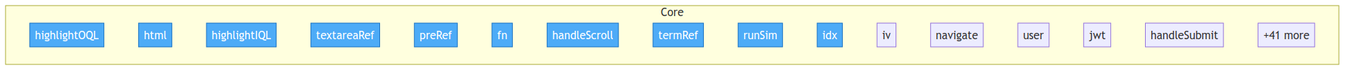
Above: project/flow.png in oqlos/www (Mermaid), before the change. Its source is kept beside it as project/flow.mmd.
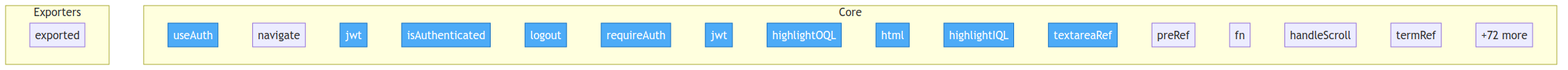
Later version of the same file.

Change to the diagram source:
```diff
@@ -3,6 +3,13 @@
     classDef entry fill:#4dabf7,stroke:#1971c2,color:#fff
 
     subgraph Core
+        src__hooks__useAuth__useAuth["useAuth"]
+        src__hooks__useAuth__navigate["navigate"]
+        src__hooks__useAuth__jwt["jwt"]
+        src__hooks__useAuth__isAuthenticated["isAuthenticated"]
+        src__hooks__useAuth__logout["logout"]
+        src__hooks__useAuth__requireAuth["requireAuth"]
+        src__components__ProtectedRoute__jwt["jwt"]
         src__components__CodeEditor__highlightOQL["highlightOQL"]
         src__components__CodeEditor__html["html"]
         src__components__CodeEditor__highlightIQL["highlightIQL"]
@@ -11,14 +18,11 @@
         src__components__CodeEditor__fn["fn"]
         src__components__CodeEditor__handleScroll["handleScroll"]
         src__components__TerminalSim__termRef["termRef"]
-        src__components__TerminalSim__runSim["runSim"]
-        src__components__TerminalSim__idx["idx"]
-        src__components__TerminalSim__iv["iv"]
-        src__pages__NlpConsole__navigate["navigate"]
-        src__pages__NlpConsole__user["user"]
-        src__pages__NlpConsole__jwt["jwt"]
-        src__pages__NlpConsole__handleSubmit["handleSubmit"]
-        ...["+41 more"]
+        ...["+72 more"]
     end
 
-    class src__components__CodeEditor__highlightOQL,src__components__CodeEditor__html,src__components__CodeEditor__highlightIQL,src__components__CodeEditor__textareaRef,src__components__CodeEditor__preRef,src__components__CodeEditor__fn,src__components__CodeEditor__handleScroll,src__components__TerminalSim__termRef,src__components__TerminalSim__runSim,src__components__TerminalSim__idx entry
+    subgraph Exporters
+        src__utils__logger__spec__exported["exported"]
+    end
+
+    class src__hooks__useAuth__useAuth,src__hooks__useAuth__jwt,src__hooks__useAuth__isAuthenticated,src__hooks__useAuth__logout,src__hooks__useAuth__requireAuth,src__components__ProtectedRoute__jwt,src__components__CodeEditor__highlightOQL,src__components__CodeEditor__html,src__components__CodeEditor__highlightIQL,src__components__CodeEditor__textareaRef entry
```
